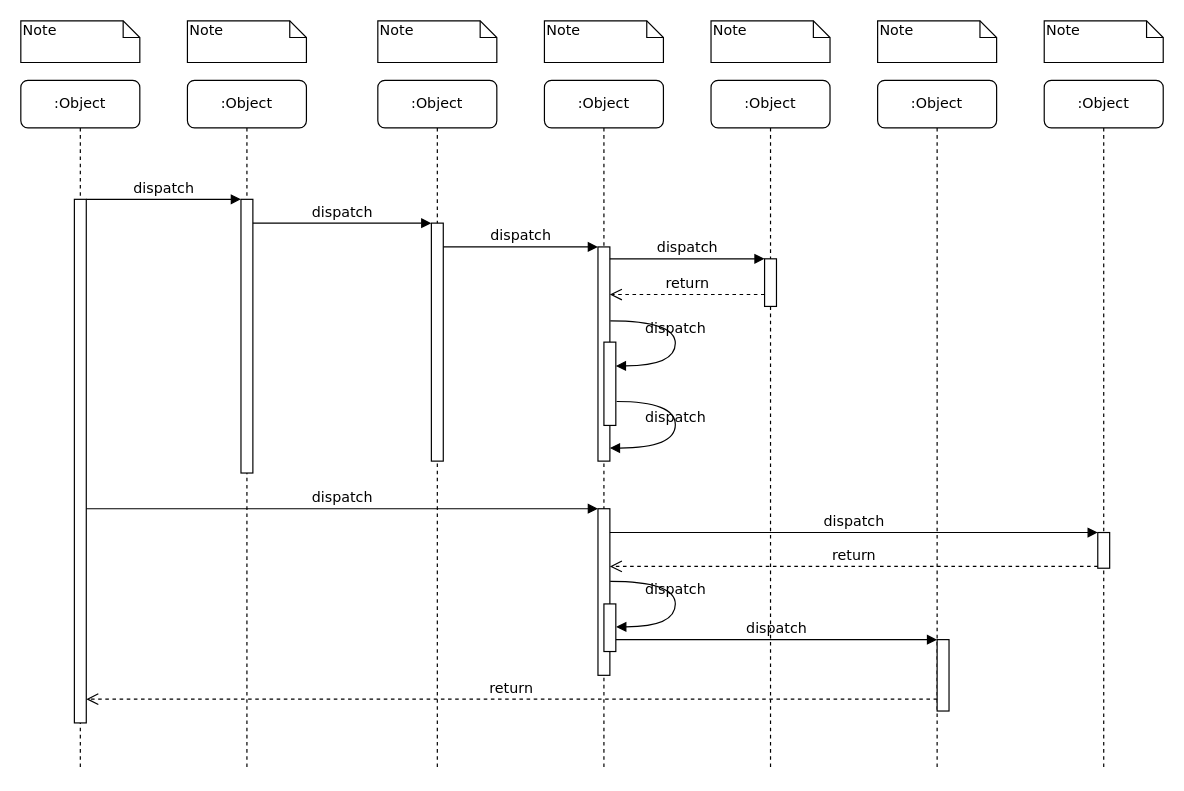
Earlier version of the draw.io diagram 单点登录-单应用系统-非前后端分离.drawio (yangxiaoxiao/drawings). Source tidied: cells renumbered, new cells numbered last; positions are measured from the earlier drawing's top-left corner, leaving out a move shared by most shapes. Both pictures are drawn from the tidied source at 119%, with x=0, y=0 at pixel (20, 20).
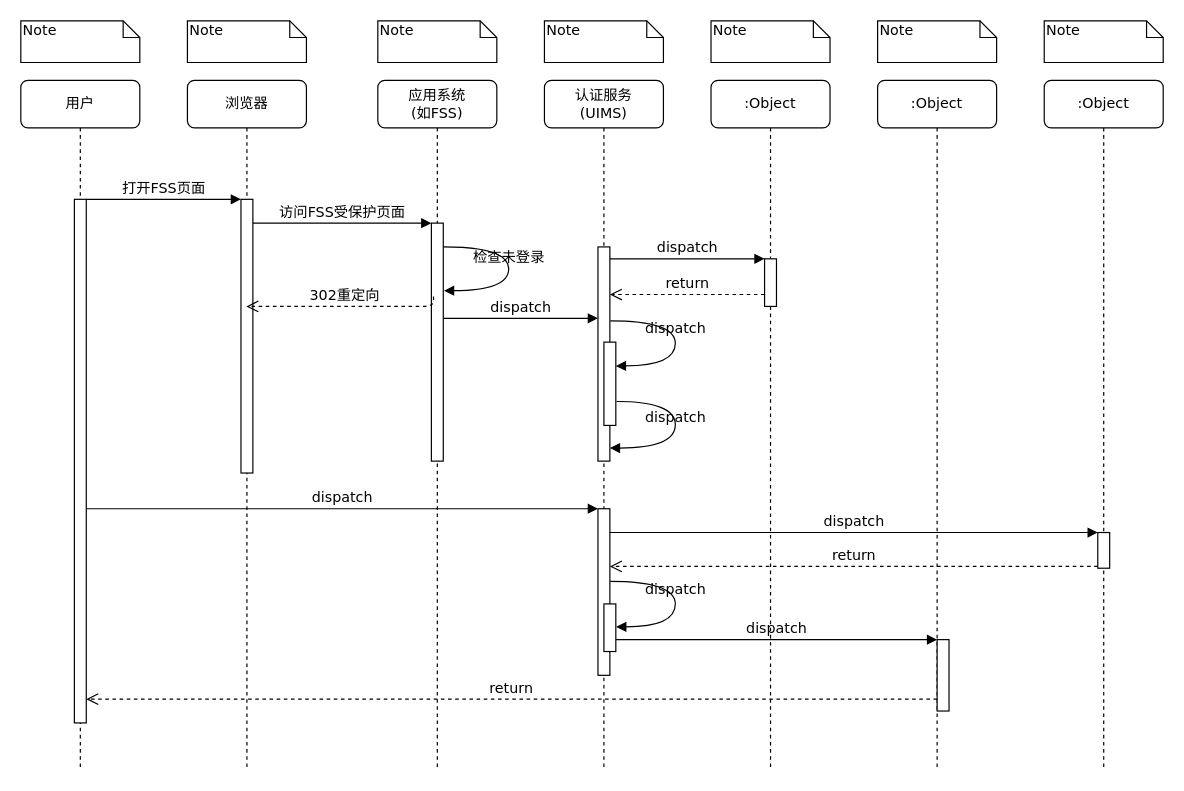
The same page after the edit.

Commit message:
更新单点登录-单应用系统-非前后端分离.drawio

Unchanged cells that the change refers to:
```xml
<mxCell id="3" style="html=1;points=[];perimeter=orthogonalPerimeter;rounded=0;shadow=0;comic=0;labelBackgroundColor=none;strokeWidth=1;fontFamily=Verdana;fontSize=12;align=center;" parent="2" vertex="1">
  <mxGeometry x="45" y="100" width="10" height="230" as="geometry" />
</mxCell>
<mxCell id="5" style="html=1;points=[];perimeter=orthogonalPerimeter;rounded=0;shadow=0;comic=0;labelBackgroundColor=none;strokeWidth=1;fontFamily=Verdana;fontSize=12;align=center;" parent="4" vertex="1">
  <mxGeometry x="45" y="120" width="10" height="200" as="geometry" />
</mxCell>
<mxCell id="11" style="html=1;points=[];perimeter=orthogonalPerimeter;rounded=0;shadow=0;comic=0;labelBackgroundColor=none;strokeWidth=1;fontFamily=Verdana;fontSize=12;align=center;" parent="10" vertex="1">
  <mxGeometry x="45" y="100" width="10" height="440" as="geometry" />
</mxCell>
<mxCell id="12" style="html=1;points=[];perimeter=orthogonalPerimeter;rounded=0;shadow=0;comic=0;labelBackgroundColor=none;strokeWidth=1;fontFamily=Verdana;fontSize=12;align=center;" parent="1" vertex="1">
  <mxGeometry x="485" y="190" width="10" height="180" as="geometry" />
</mxCell>
```

Diff of the diagram source:
```diff
@@
-    <mxCell id="2" value=":Object" style="shape=umlLifeline;perimeter=lifelinePerimeter;whiteSpace=wrap;html=1;outlineConnect=0;rounded=1;shadow=0;comic=0;labelBackgroundColor=none;strokeWidth=1;fontFamily=Verdana;fontSize=12;align=center;" parent="1" vertex="1">
+    <mxCell id="2" value="浏览器" style="shape=umlLifeline;perimeter=lifelinePerimeter;whiteSpace=wrap;html=1;outlineConnect=0;rounded=1;shadow=0;comic=0;labelBackgroundColor=none;strokeWidth=1;fontFamily=Verdana;fontSize=12;align=center;" parent="1" vertex="1">
       <mxGeometry x="140" y="50" width="100" height="580" as="geometry" />
     </mxCell>
@@
-    <mxCell id="4" value=":Object" style="shape=umlLifeline;perimeter=lifelinePerimeter;whiteSpace=wrap;html=1;rounded=1;shadow=0;comic=0;labelBackgroundColor=none;strokeWidth=1;fontFamily=Verdana;fontSize=12;align=center;" parent="1" vertex="1">
+    <mxCell id="4" value="应用系统&lt;br&gt;(如FSS)" style="shape=umlLifeline;perimeter=lifelinePerimeter;whiteSpace=wrap;html=1;rounded=1;shadow=0;comic=0;labelBackgroundColor=none;strokeWidth=1;fontFamily=Verdana;fontSize=12;align=center;" parent="1" vertex="1">
       <mxGeometry x="300" y="50" width="100" height="580" as="geometry" />
     </mxCell>
@@
+    <mxCell id="39" value="检查未登录" style="html=1;verticalAlign=bottom;endArrow=block;labelBackgroundColor=none;fontFamily=Verdana;fontSize=12;elbow=vertical;edgeStyle=orthogonalEdgeStyle;curved=1;entryX=1.06;entryY=0.284;entryPerimeter=0;exitX=1.038;exitY=0.345;exitPerimeter=0;entryDx=0;entryDy=0;" parent="4" edge="1" target="5">
+      <mxGeometry relative="1" as="geometry">
+        <mxPoint x="55" y="140" as="sourcePoint" />
+        <Array as="points">
+          <mxPoint x="110" y="140" />
+          <mxPoint x="110" y="177" />
+        </Array>
+      </mxGeometry>
+    </mxCell>
-    <mxCell id="6" value=":Object" style="shape=umlLifeline;perimeter=lifelinePerimeter;whiteSpace=wrap;html=1;rounded=1;shadow=0;comic=0;labelBackgroundColor=none;strokeWidth=1;fontFamily=Verdana;fontSize=12;align=center;" parent="1" vertex="1">
+    <mxCell id="6" value="认证服务&lt;br&gt;(UIMS)" style="shape=umlLifeline;perimeter=lifelinePerimeter;whiteSpace=wrap;html=1;rounded=1;shadow=0;comic=0;labelBackgroundColor=none;strokeWidth=1;fontFamily=Verdana;fontSize=12;align=center;" parent="1" vertex="1">
       <mxGeometry x="440" y="50" width="100" height="580" as="geometry" />
     </mxCell>
@@
-    <mxCell id="10" value=":Object" style="shape=umlLifeline;perimeter=lifelinePerimeter;whiteSpace=wrap;html=1;rounded=1;shadow=0;comic=0;labelBackgroundColor=none;strokeWidth=1;fontFamily=Verdana;fontSize=12;align=center;" parent="1" vertex="1">
+    <mxCell id="10" value="用户" style="shape=umlLifeline;perimeter=lifelinePerimeter;whiteSpace=wrap;html=1;rounded=1;shadow=0;comic=0;labelBackgroundColor=none;strokeWidth=1;fontFamily=Verdana;fontSize=12;align=center;" parent="1" vertex="1">
       <mxGeometry y="50" width="100" height="580" as="geometry" />
     </mxCell>
@@
     <mxCell id="13" value="dispatch" style="html=1;verticalAlign=bottom;endArrow=block;labelBackgroundColor=none;fontFamily=Verdana;fontSize=12;edgeStyle=elbowEdgeStyle;elbow=vertical;" parent="1" edge="1" source="5" target="12">
       <mxGeometry relative="1" as="geometry">
         <Array as="points">
+          <mxPoint x="410" y="250" />
           <mxPoint x="360" y="190" />
         </Array>
       </mxGeometry>
     </mxCell>
@@
-    <mxCell id="25" value="dispatch" style="html=1;verticalAlign=bottom;endArrow=block;entryX=0;entryY=0;labelBackgroundColor=none;fontFamily=Verdana;fontSize=12;edgeStyle=elbowEdgeStyle;elbow=vertical;" parent="1" edge="1" source="11" target="3">
+    <mxCell id="25" value="打开FSS页面" style="html=1;verticalAlign=bottom;endArrow=block;entryX=0;entryY=0;labelBackgroundColor=none;fontFamily=Verdana;fontSize=12;edgeStyle=elbowEdgeStyle;elbow=vertical;" parent="1" edge="1" source="11" target="3">
       <mxGeometry relative="1" as="geometry" />
     </mxCell>
-    <mxCell id="26" value="dispatch" style="html=1;verticalAlign=bottom;endArrow=block;entryX=0;entryY=0;labelBackgroundColor=none;fontFamily=Verdana;fontSize=12;edgeStyle=elbowEdgeStyle;elbow=vertical;" parent="1" edge="1" source="3" target="5">
+    <mxCell id="26" value="访问FSS受保护页面" style="html=1;verticalAlign=bottom;endArrow=block;entryX=0;entryY=0;labelBackgroundColor=none;fontFamily=Verdana;fontSize=12;edgeStyle=elbowEdgeStyle;elbow=vertical;" parent="1" edge="1" source="3" target="5">
       <mxGeometry relative="1" as="geometry" />
     </mxCell>
@@
+    <mxCell id="40" value="302重定向&lt;br&gt;" style="html=1;verticalAlign=bottom;endArrow=open;dashed=1;endSize=8;labelBackgroundColor=none;fontFamily=Verdana;fontSize=12;edgeStyle=elbowEdgeStyle;elbow=vertical;exitX=0.18;exitY=0.308;exitDx=0;exitDy=0;exitPerimeter=0;" parent="1" edge="1" source="5" target="2">
+      <mxGeometry relative="1" as="geometry">
+        <Array as="points">
+          <mxPoint x="330" y="240" />
+          <mxPoint x="570" y="230" />
+          <mxPoint x="600" y="230" />
+        </Array>
+      </mxGeometry>
+    </mxCell>
```
